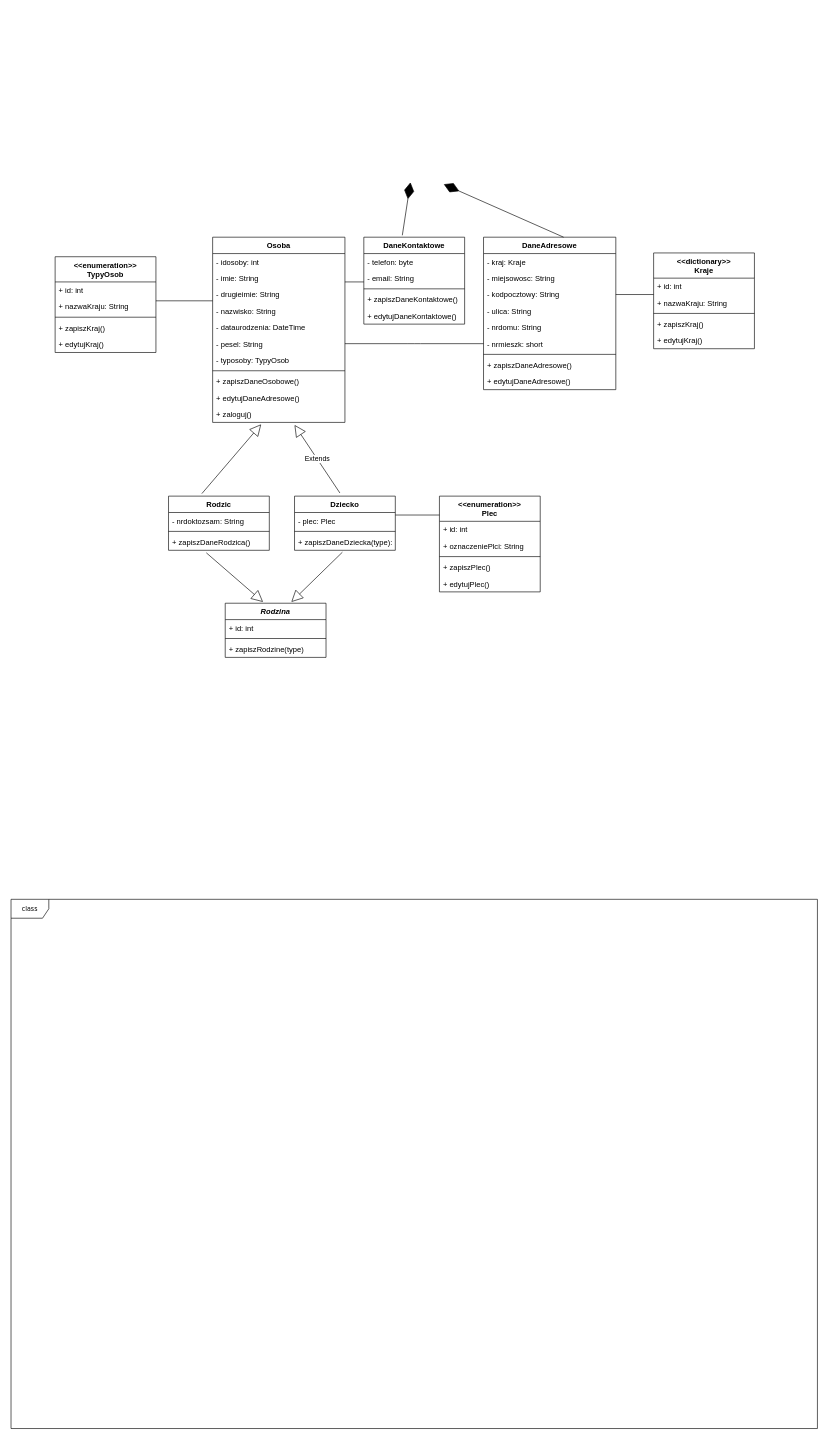
This is eRodzina-model-dziedziny_02.drawio from tadeg/study, a draw.io file, before an edit. Source tidied: cells renumbered, new cells numbered last; positions are measured from the earlier drawing's top-left corner, leaving out a move shared by most shapes. Both pictures are drawn from the tidied source at 63%, with x=0, y=0 at pixel (11, 182).
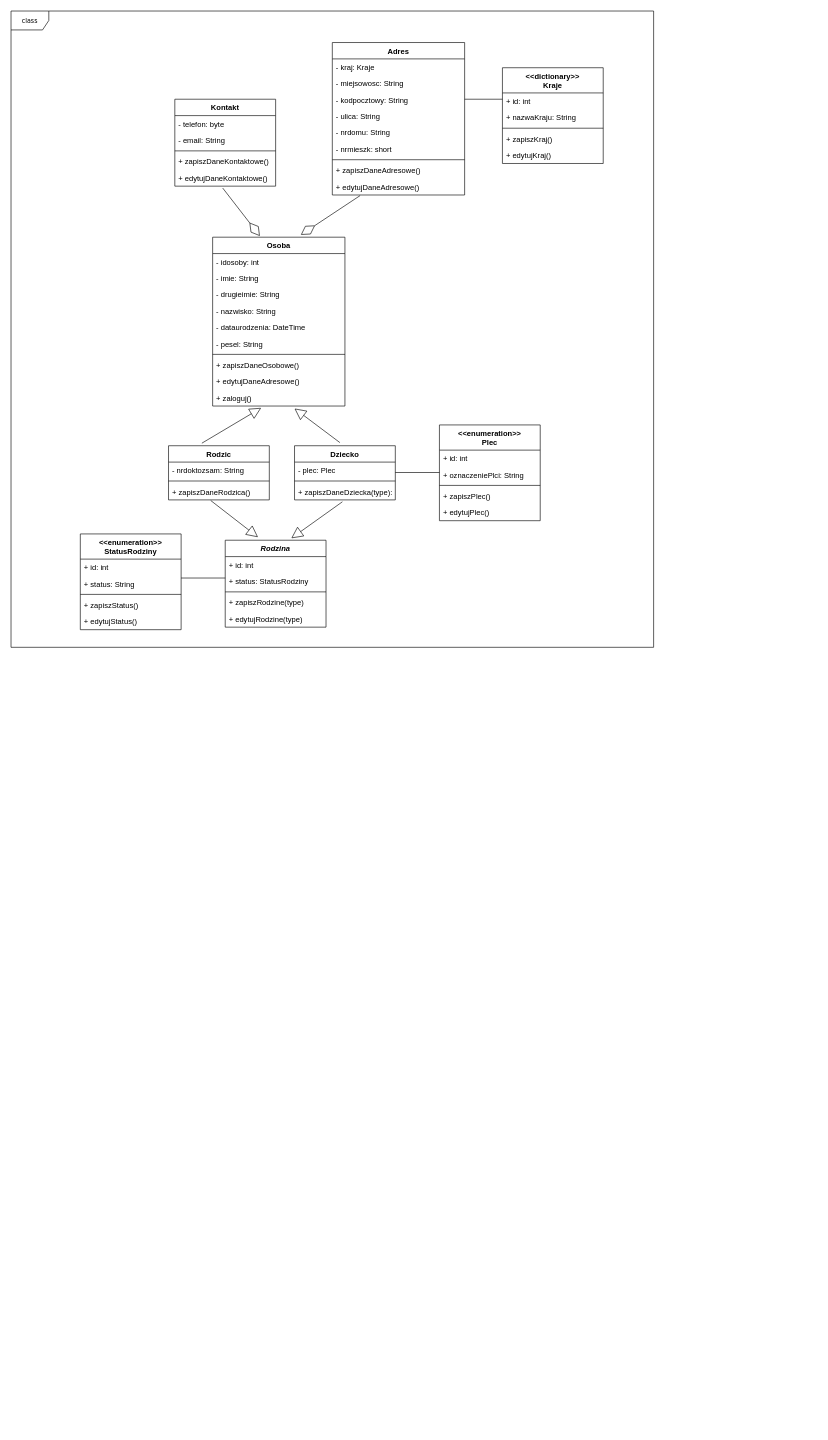
After the change.

The change refers to these unchanged cells:
```xml
<mxCell id="11" value="+ edytujDaneAdresowe()" style="text;strokeColor=none;fillColor=none;align=left;verticalAlign=top;spacingLeft=4;spacingRight=4;overflow=hidden;points=[[0,0.5],[1,0.5]];portConstraint=eastwest;" parent="2" vertex="1">
  <mxGeometry y="216" width="210" height="26" as="geometry" />
</mxCell>
<mxCell id="17" value="+ edytujDaneKontaktowe()" style="text;strokeColor=none;fillColor=none;align=left;verticalAlign=top;spacingLeft=4;spacingRight=4;overflow=hidden;points=[[0,0.5],[1,0.5]];portConstraint=eastwest;" parent="12" vertex="1">
  <mxGeometry y="112" width="160" height="26" as="geometry" />
</mxCell>
<mxCell id="42" value="- pesel: String" style="text;strokeColor=none;fillColor=none;align=left;verticalAlign=top;spacingLeft=4;spacingRight=4;overflow=hidden;points=[[0,0.5],[1,0.5]];portConstraint=eastwest;" parent="36" vertex="1">
  <mxGeometry y="156" width="210" height="26" as="geometry" />
</mxCell>
<mxCell id="58" value="+ zapiszDaneRodzica()" style="text;strokeColor=none;fillColor=none;align=left;verticalAlign=top;spacingLeft=4;spacingRight=4;overflow=hidden;points=[[0,0.5],[1,0.5]];portConstraint=eastwest;" parent="55" vertex="1">
  <mxGeometry y="60" width="160" height="26" as="geometry" />
</mxCell>
```

What changed in the source:
```diff
@@
-    <mxCell id="2" value="DaneAdresowe" style="swimlane;fontStyle=1;align=center;verticalAlign=top;horizontal=1;startSize=26;" parent="1" vertex="1">
-      <mxGeometry x="750" y="87" width="210" height="242" as="geometry" />
+    <mxCell id="2" value="Adres" style="swimlane;fontStyle=1;align=center;verticalAlign=top;horizontal=1;startSize=26;" parent="1" vertex="1">
+      <mxGeometry x="510" y="-222" width="210" height="242" as="geometry" />
     </mxCell>
@@
-    <mxCell id="12" value="DaneKontaktowe" style="swimlane;fontStyle=1;align=center;verticalAlign=top;horizontal=1;startSize=26;" parent="1" vertex="1">
-      <mxGeometry x="560" y="87" width="160" height="138" as="geometry" />
+    <mxCell id="12" value="Kontakt" style="swimlane;fontStyle=1;align=center;verticalAlign=top;horizontal=1;startSize=26;" parent="1" vertex="1">
+      <mxGeometry x="260" y="-132" width="160" height="138" as="geometry" />
     </mxCell>
@@
-    <mxCell id="18" value="&lt;&lt;dictionary&gt;&gt; &#10;Kraje&#10;" style="swimlane;fontStyle=1;align=center;verticalAlign=top;horizontal=1;startSize=40;" parent="1" vertex="1">
-      <mxGeometry x="1020" y="112" width="160" height="152" as="geometry" />
-    </mxCell>
-    <mxCell id="19" value="+ id: int" style="text;strokeColor=none;fillColor=none;align=left;verticalAlign=top;spacingLeft=4;spacingRight=4;overflow=hidden;" parent="18" vertex="1">
-      <mxGeometry y="40" width="160" height="26" as="geometry" />
-    </mxCell>
-    <mxCell id="20" value="+ nazwaKraju: String" style="text;strokeColor=none;fillColor=none;align=left;verticalAlign=top;spacingLeft=4;spacingRight=4;overflow=hidden;" parent="18" vertex="1">
-      <mxGeometry y="66" width="160" height="26" as="geometry" />
-    </mxCell>
-    <mxCell id="21" style="line;strokeWidth=1;fillColor=none;align=left;verticalAlign=middle;spacingTop=-1;spacingLeft=3;spacingRight=3;labelPosition=right;" parent="18" vertex="1">
-      <mxGeometry y="92" width="160" height="8" as="geometry" />
-    </mxCell>
-    <mxCell id="22" value="+ zapiszKraj()" style="text;strokeColor=none;fillColor=none;align=left;verticalAlign=top;spacingLeft=4;spacingRight=4;overflow=hidden;" parent="18" vertex="1">
-      <mxGeometry y="100" width="160" height="26" as="geometry" />
-    </mxCell>
-    <mxCell id="23" value="+ edytujKraj()" style="text;strokeColor=none;fillColor=none;align=left;verticalAlign=top;spacingLeft=4;spacingRight=4;overflow=hidden;" parent="18" vertex="1">
-      <mxGeometry y="126" width="160" height="26" as="geometry" />
-    </mxCell>
-    <mxCell id="24" value="&lt;&lt;enumeration&gt;&gt; &#10;TypyOsob&#10;" style="swimlane;fontStyle=1;align=center;verticalAlign=top;horizontal=1;startSize=40;" parent="1" vertex="1">
-      <mxGeometry x="70" y="118" width="160" height="152" as="geometry" />
-    </mxCell>
-    <mxCell id="25" value="+ id: int" style="text;strokeColor=none;fillColor=none;align=left;verticalAlign=top;spacingLeft=4;spacingRight=4;overflow=hidden;" parent="24" vertex="1">
-      <mxGeometry y="40" width="160" height="26" as="geometry" />
-    </mxCell>
-    <mxCell id="26" value="+ nazwaKraju: String" style="text;strokeColor=none;fillColor=none;align=left;verticalAlign=top;spacingLeft=4;spacingRight=4;overflow=hidden;" parent="24" vertex="1">
-      <mxGeometry y="66" width="160" height="26" as="geometry" />
-    </mxCell>
-    <mxCell id="27" style="line;strokeWidth=1;fillColor=none;align=left;verticalAlign=middle;spacingTop=-1;spacingLeft=3;spacingRight=3;labelPosition=right;" parent="24" vertex="1">
-      <mxGeometry y="92" width="160" height="8" as="geometry" />
-    </mxCell>
-    <mxCell id="28" value="+ zapiszKraj()" style="text;strokeColor=none;fillColor=none;align=left;verticalAlign=top;spacingLeft=4;spacingRight=4;overflow=hidden;" parent="24" vertex="1">
-      <mxGeometry y="100" width="160" height="26" as="geometry" />
-    </mxCell>
-    <mxCell id="29" value="+ edytujKraj()" style="text;strokeColor=none;fillColor=none;align=left;verticalAlign=top;spacingLeft=4;spacingRight=4;overflow=hidden;" parent="24" vertex="1">
-      <mxGeometry y="126" width="160" height="26" as="geometry" />
-    </mxCell>
     <mxCell id="30" value="&lt;&lt;enumeration&gt;&gt; &#10;Plec&#10;" style="swimlane;fontStyle=1;align=center;verticalAlign=top;horizontal=1;startSize=40;" parent="1" vertex="1">
-      <mxGeometry x="680" y="498" width="160" height="152" as="geometry" />
+      <mxGeometry x="680" y="385" width="160" height="152" as="geometry" />
     </mxCell>
@@
     <mxCell id="36" value="Osoba" style="swimlane;fontStyle=1;align=center;verticalAlign=top;horizontal=1;startSize=26;" parent="1" vertex="1">
-      <mxGeometry x="320" y="87" width="210" height="294" as="geometry" />
+      <mxGeometry x="320" y="87" width="210" height="268" as="geometry" />
     </mxCell>
@@
-    <mxCell id="43" value="- typosoby: TypyOsob" style="text;strokeColor=none;fillColor=none;align=left;verticalAlign=top;spacingLeft=4;spacingRight=4;overflow=hidden;" parent="36" vertex="1">
-      <mxGeometry y="182" width="210" height="26" as="geometry" />
-    </mxCell>
     <mxCell id="44" style="line;strokeWidth=1;fillColor=none;align=left;verticalAlign=middle;spacingTop=-1;spacingLeft=3;spacingRight=3;labelPosition=right;" parent="36" vertex="1">
-      <mxGeometry y="208" width="210" height="8" as="geometry" />
+      <mxGeometry y="182" width="210" height="8" as="geometry" />
     </mxCell>
     <mxCell id="45" value="+ zapiszDaneOsobowe()" style="text;strokeColor=none;fillColor=none;align=left;verticalAlign=top;spacingLeft=4;spacingRight=4;overflow=hidden;" parent="36" vertex="1">
-      <mxGeometry y="216" width="210" height="26" as="geometry" />
+      <mxGeometry y="190" width="210" height="26" as="geometry" />
     </mxCell>
     <mxCell id="46" value="+ edytujDaneAdresowe()" style="text;strokeColor=none;fillColor=none;align=left;verticalAlign=top;spacingLeft=4;spacingRight=4;overflow=hidden;" parent="36" vertex="1">
-      <mxGeometry y="242" width="210" height="26" as="geometry" />
+      <mxGeometry y="216" width="210" height="26" as="geometry" />
     </mxCell>
     <mxCell id="47" value="+ zaloguj()&#10;" style="text;strokeColor=none;fillColor=none;align=left;verticalAlign=top;spacingLeft=4;spacingRight=4;overflow=hidden;points=[[0,0.5],[1,0.5]];portConstraint=eastwest;" parent="36" vertex="1">
-      <mxGeometry y="268" width="210" height="26" as="geometry" />
+      <mxGeometry y="242" width="210" height="26" as="geometry" />
     </mxCell>
-    <mxCell id="48" style="endArrow=none;html=1;edgeStyle=orthogonalEdgeStyle;" parent="1" edge="1">
-      <mxGeometry relative="1" as="geometry">
-        <mxPoint x="230" y="188" as="sourcePoint" />
-        <mxPoint x="320" y="188" as="targetPoint" />
-      </mxGeometry>
-    </mxCell>
-    <mxCell id="49" style="endArrow=diamondThin;endFill=1;endSize=24;html=1;entryX=0.638;entryY=1.077;entryDx=0;entryDy=0;entryPerimeter=0;exitX=0.295;exitY=0;exitDx=0;exitDy=0;exitPerimeter=0;" parent="1" edge="1">
-      <mxGeometry relative="1" as="geometry">
-        <mxPoint x="621.1" y="84" as="sourcePoint" />
-        <mxPoint x="634" as="targetPoint" />
-      </mxGeometry>
-    </mxCell>
-    <mxCell id="50" style="endArrow=diamondThin;endFill=1;endSize=24;html=1;entryX=0.89;entryY=1.192;entryDx=0;entryDy=0;entryPerimeter=0;exitX=0.295;exitY=0;exitDx=0;exitDy=0;exitPerimeter=0;" parent="1" edge="1">
-      <mxGeometry relative="1" as="geometry">
-        <mxPoint x="877.1" y="87" as="sourcePoint" />
-        <mxPoint x="686.9" y="3" as="targetPoint" />
-      </mxGeometry>
-    </mxCell>
     <mxCell id="51" style="endArrow=none;html=1;edgeStyle=orthogonalEdgeStyle;" parent="1" edge="1">
       <mxGeometry relative="1" as="geometry">
-        <mxPoint x="960" y="178" as="sourcePoint" />
-        <mxPoint x="1020" y="178" as="targetPoint" />
+        <mxPoint x="720" y="-132" as="sourcePoint" />
+        <mxPoint x="780" y="-132" as="targetPoint" />
       </mxGeometry>
     </mxCell>
     <mxCell id="52" value="class" style="shape=umlFrame;whiteSpace=wrap;html=1;rounded=0;shadow=0;comic=0;labelBackgroundColor=none;strokeWidth=1;fontFamily=Verdana;fontSize=10;align=center;" parent="1" vertex="1">
-      <mxGeometry y="1138" width="1280" height="840" as="geometry" />
+      <mxGeometry y="-272" width="1020" height="1010" as="geometry" />
     </mxCell>
-    <mxCell id="53" style="endArrow=none;html=1;edgeStyle=orthogonalEdgeStyle;" parent="1" edge="1">
-      <mxGeometry relative="1" as="geometry">
-        <mxPoint x="530" y="158" as="sourcePoint" />
-        <mxPoint x="560" y="158" as="targetPoint" />
-      </mxGeometry>
-    </mxCell>
-    <mxCell id="54" style="endArrow=none;html=1;edgeStyle=orthogonalEdgeStyle;exitX=1;exitY=0.5;exitDx=0;exitDy=0;" parent="1" edge="1" source="42">
-      <mxGeometry relative="1" as="geometry">
-        <mxPoint x="750" y="256" as="targetPoint" />
-      </mxGeometry>
-    </mxCell>
     <mxCell id="55" value="Rodzic" style="swimlane;fontStyle=1;align=center;verticalAlign=top;horizontal=1;startSize=26;" parent="1" vertex="1">
-      <mxGeometry x="250" y="498" width="160" height="86" as="geometry" />
+      <mxGeometry x="250" y="418" width="160" height="86" as="geometry" />
     </mxCell>
@@
     <mxCell id="59" value="Dziecko" style="swimlane;fontStyle=1;align=center;verticalAlign=top;horizontal=1;startSize=26;" parent="1" vertex="1">
-      <mxGeometry x="450" y="498" width="160" height="86" as="geometry" />
+      <mxGeometry x="450" y="418" width="160" height="86" as="geometry" />
     </mxCell>
@@
     <mxCell id="63" style="endArrow=none;html=1;edgeStyle=orthogonalEdgeStyle;" parent="1" edge="1">
       <mxGeometry relative="1" as="geometry">
-        <mxPoint x="610" y="528" as="sourcePoint" />
-        <mxPoint x="680" y="528" as="targetPoint" />
+        <mxPoint x="610" y="460.5" as="sourcePoint" />
+        <mxPoint x="680" y="460.5" as="targetPoint" />
       </mxGeometry>
     </mxCell>
@@
-    <mxCell id="65" value="Extends" style="endArrow=block;endSize=16;endFill=0;html=1;exitX=0.45;exitY=-0.058;exitDx=0;exitDy=0;exitPerimeter=0;entryX=0.619;entryY=1.154;entryDx=0;entryDy=0;entryPerimeter=0;" parent="1" edge="1" source="59" target="47">
+    <mxCell id="65" style="endArrow=block;endSize=16;endFill=0;html=1;exitX=0.45;exitY=-0.058;exitDx=0;exitDy=0;exitPerimeter=0;entryX=0.619;entryY=1.154;entryDx=0;entryDy=0;entryPerimeter=0;" parent="1" edge="1" source="59" target="47">
       <mxGeometry relative="1" as="geometry" />
     </mxCell>
     <mxCell id="66" value="Rodzina" style="swimlane;fontStyle=3;align=center;verticalAlign=top;horizontal=1;startSize=26;" parent="1" vertex="1">
-      <mxGeometry x="340" y="668" width="160" height="86" as="geometry" />
+      <mxGeometry x="340" y="568" width="160" height="138" as="geometry" />
     </mxCell>
@@
+    <mxCell id="72" value="+ status: StatusRodziny" style="text;strokeColor=none;fillColor=none;align=left;verticalAlign=top;spacingLeft=4;spacingRight=4;overflow=hidden;" parent="66" vertex="1">
+      <mxGeometry y="52" width="160" height="26" as="geometry" />
+    </mxCell>
     <mxCell id="68" style="line;strokeWidth=1;fillColor=none;align=left;verticalAlign=middle;spacingTop=-1;spacingLeft=3;spacingRight=3;labelPosition=right;" parent="66" vertex="1">
-      <mxGeometry y="52" width="160" height="8" as="geometry" />
+      <mxGeometry y="78" width="160" height="8" as="geometry" />
     </mxCell>
     <mxCell id="69" value="+ zapiszRodzine(type)" style="text;strokeColor=none;fillColor=none;align=left;verticalAlign=top;spacingLeft=4;spacingRight=4;overflow=hidden;" parent="66" vertex="1">
-      <mxGeometry y="60" width="160" height="26" as="geometry" />
+      <mxGeometry y="86" width="160" height="26" as="geometry" />
     </mxCell>
+    <mxCell id="73" value="+ edytujRodzine(type)" style="text;strokeColor=none;fillColor=none;align=left;verticalAlign=top;spacingLeft=4;spacingRight=4;overflow=hidden;" parent="66" vertex="1">
+      <mxGeometry y="112" width="160" height="26" as="geometry" />
+    </mxCell>
-    <mxCell id="70" style="endArrow=block;endSize=16;endFill=0;html=1;" parent="1" edge="1">
-      <mxGeometry relative="1" as="geometry">
-        <mxPoint x="310" y="588" as="sourcePoint" />
-        <mxPoint x="400" y="666" as="targetPoint" />
-      </mxGeometry>
+    <mxCell id="70" style="endArrow=block;endSize=16;endFill=0;html=1;entryX=0.325;entryY=-0.035;entryDx=0;entryDy=0;entryPerimeter=0;exitX=0.419;exitY=1.038;exitDx=0;exitDy=0;exitPerimeter=0;" parent="1" edge="1" source="58" target="66">
+      <mxGeometry relative="1" as="geometry" />
     </mxCell>
@@
+    <mxCell id="74" style="endArrow=diamondThin;endFill=0;endSize=24;html=1;exitX=0.475;exitY=1.115;exitDx=0;exitDy=0;exitPerimeter=0;entryX=0.357;entryY=-0.007;entryDx=0;entryDy=0;entryPerimeter=0;" parent="1" edge="1" source="17" target="36">
+      <mxGeometry relative="1" as="geometry" />
+    </mxCell>
+    <mxCell id="75" style="endArrow=diamondThin;endFill=0;endSize=24;html=1;exitX=0.21;exitY=1.038;exitDx=0;exitDy=0;exitPerimeter=0;entryX=0.667;entryY=-0.014;entryDx=0;entryDy=0;entryPerimeter=0;" parent="1" edge="1" source="11" target="36">
+      <mxGeometry relative="1" as="geometry" />
+    </mxCell>
+    <mxCell id="76" value="&lt;&lt;enumeration&gt;&gt; &#10;StatusRodziny&#10;" style="swimlane;fontStyle=1;align=center;verticalAlign=top;horizontal=1;startSize=40;" parent="1" vertex="1">
+      <mxGeometry x="110" y="558" width="160" height="152" as="geometry" />
+    </mxCell>
+    <mxCell id="77" value="+ id: int" style="text;strokeColor=none;fillColor=none;align=left;verticalAlign=top;spacingLeft=4;spacingRight=4;overflow=hidden;" parent="76" vertex="1">
+      <mxGeometry y="40" width="160" height="26" as="geometry" />
+    </mxCell>
+    <mxCell id="78" value="+ status: String" style="text;strokeColor=none;fillColor=none;align=left;verticalAlign=top;spacingLeft=4;spacingRight=4;overflow=hidden;" parent="76" vertex="1">
+      <mxGeometry y="66" width="160" height="26" as="geometry" />
+    </mxCell>
+    <mxCell id="79" style="line;strokeWidth=1;fillColor=none;align=left;verticalAlign=middle;spacingTop=-1;spacingLeft=3;spacingRight=3;labelPosition=right;" parent="76" vertex="1">
+      <mxGeometry y="92" width="160" height="8" as="geometry" />
+    </mxCell>
+    <mxCell id="80" value="+ zapiszStatus()" style="text;strokeColor=none;fillColor=none;align=left;verticalAlign=top;spacingLeft=4;spacingRight=4;overflow=hidden;" parent="76" vertex="1">
+      <mxGeometry y="100" width="160" height="26" as="geometry" />
+    </mxCell>
+    <mxCell id="81" value="+ edytujStatus()" style="text;strokeColor=none;fillColor=none;align=left;verticalAlign=top;spacingLeft=4;spacingRight=4;overflow=hidden;" parent="76" vertex="1">
+      <mxGeometry y="126" width="160" height="26" as="geometry" />
+    </mxCell>
+    <mxCell id="82" style="endArrow=none;html=1;edgeStyle=orthogonalEdgeStyle;" parent="1" edge="1">
+      <mxGeometry relative="1" as="geometry">
+        <mxPoint x="270" y="628" as="sourcePoint" />
+        <mxPoint x="340" y="628" as="targetPoint" />
+      </mxGeometry>
+    </mxCell>
+    <mxCell id="18" value="&lt;&lt;dictionary&gt;&gt; &#10;Kraje&#10;" style="swimlane;fontStyle=1;align=center;verticalAlign=top;horizontal=1;startSize=40;" parent="1" vertex="1">
+      <mxGeometry x="780" y="-182" width="160" height="152" as="geometry" />
+    </mxCell>
+    <mxCell id="83" value="+ id: int" style="text;strokeColor=none;fillColor=none;align=left;verticalAlign=top;spacingLeft=4;spacingRight=4;overflow=hidden;" parent="18" vertex="1">
+      <mxGeometry y="40" width="160" height="26" as="geometry" />
+    </mxCell>
+    <mxCell id="84" value="+ nazwaKraju: String" style="text;strokeColor=none;fillColor=none;align=left;verticalAlign=top;spacingLeft=4;spacingRight=4;overflow=hidden;" parent="18" vertex="1">
+      <mxGeometry y="66" width="160" height="26" as="geometry" />
+    </mxCell>
+    <mxCell id="85" style="line;strokeWidth=1;fillColor=none;align=left;verticalAlign=middle;spacingTop=-1;spacingLeft=3;spacingRight=3;labelPosition=right;" parent="18" vertex="1">
+      <mxGeometry y="92" width="160" height="8" as="geometry" />
+    </mxCell>
+    <mxCell id="86" value="+ zapiszKraj()" style="text;strokeColor=none;fillColor=none;align=left;verticalAlign=top;spacingLeft=4;spacingRight=4;overflow=hidden;" parent="18" vertex="1">
+      <mxGeometry y="100" width="160" height="26" as="geometry" />
+    </mxCell>
+    <mxCell id="87" value="+ edytujKraj()" style="text;strokeColor=none;fillColor=none;align=left;verticalAlign=top;spacingLeft=4;spacingRight=4;overflow=hidden;" parent="18" vertex="1">
+      <mxGeometry y="126" width="160" height="26" as="geometry" />
+    </mxCell>
```
